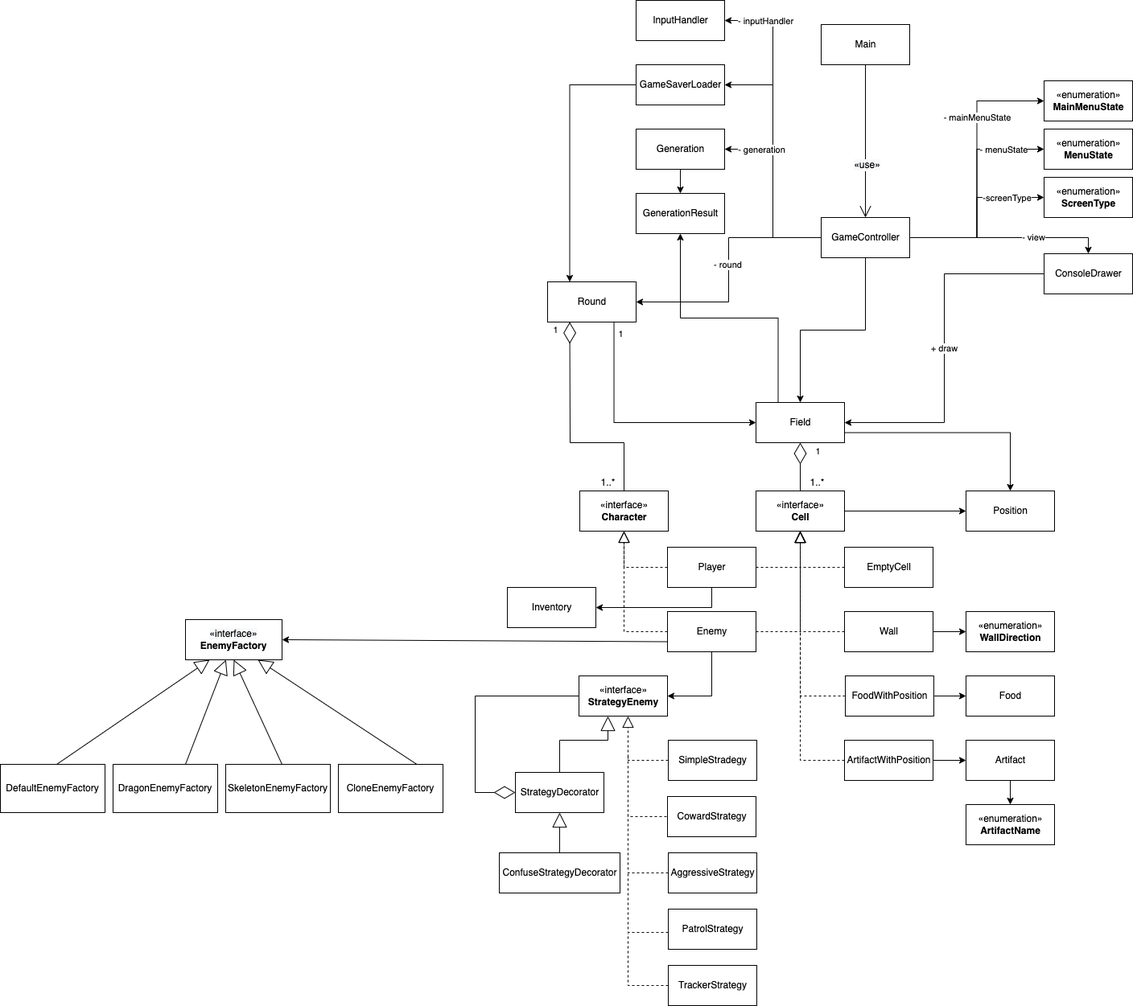
Before: img/Logic.png, a diagram exported from draw.io (MariaChizhova/HSE-SD-Roguelike). Source tidied: cells renumbered, new cells last; positions are measured from the earlier drawing's top-left corner, leaving out a move shared by most shapes.
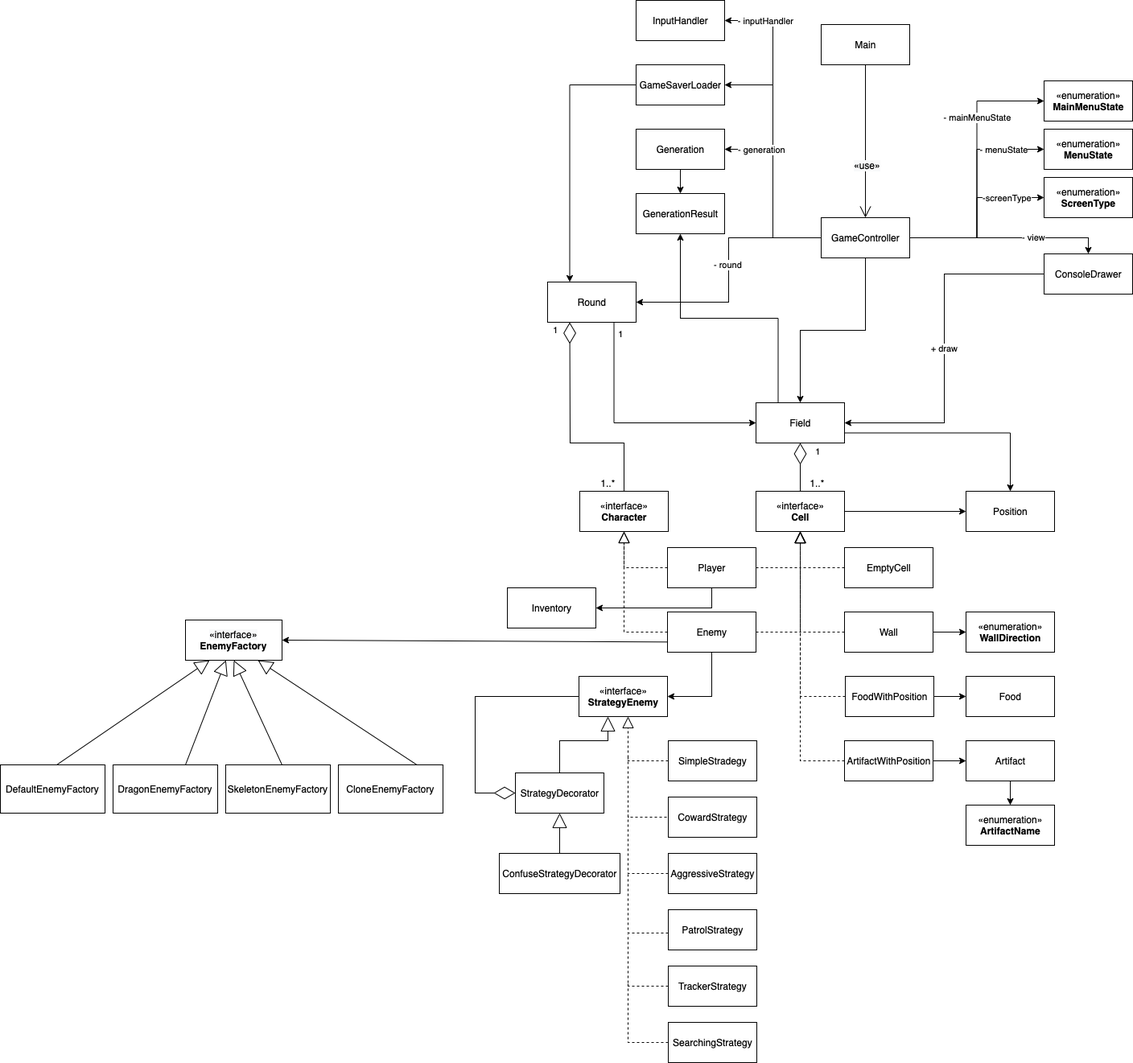
Later version of the same file.

What changed in the source:
```diff
@@ -283,7 +283,7 @@
       <mxGeometry x="630" y="730" width="110" height="50" as="geometry" />
     </mxCell>
     <mxCell id="76" value="&lt;pre style=&quot;background-color: rgb(255 , 255 , 255) ; color: rgb(8 , 8 , 8)&quot;&gt;&lt;span style=&quot;color: rgb(0 , 0 , 0)&quot;&gt;&lt;font face=&quot;Helvetica&quot;&gt;CowardStrategy&lt;/font&gt;&lt;/span&gt;&lt;/pre&gt;" style="html=1;" parent="1" vertex="1">
-      <mxGeometry x="829" y="990" width="110" height="50" as="geometry" />
+      <mxGeometry x="830" y="990" width="110" height="50" as="geometry" />
     </mxCell>
     <mxCell id="77" style="endArrow=none;dashed=1;html=1;rounded=0;entryX=0;entryY=0.5;entryDx=0;entryDy=0;" parent="1" edge="1" target="76">
       <mxGeometry relative="1" as="geometry">
@@ -399,5 +399,16 @@
         </Array>
       </mxGeometry>
     </mxCell>
+    <mxCell id="99" value="&lt;pre style=&quot;background-color: rgb(255 , 255 , 255) ; color: rgb(8 , 8 , 8)&quot;&gt;&lt;span style=&quot;color: rgb(0 , 0 , 0)&quot;&gt;&lt;font face=&quot;Helvetica&quot;&gt;SearchingStrategy&lt;/font&gt;&lt;/span&gt;&lt;/pre&gt;" style="html=1;" parent="1" vertex="1">
+      <mxGeometry x="830" y="1270" width="110" height="50" as="geometry" />
+    </mxCell>
+    <mxCell id="100" style="endArrow=none;dashed=1;html=1;rounded=0;exitX=0;exitY=0.5;exitDx=0;exitDy=0;" parent="1" edge="1" source="99">
+      <mxGeometry relative="1" as="geometry">
+        <mxPoint x="780" y="1220" as="targetPoint" />
+        <Array as="points">
+          <mxPoint x="780" y="1295" />
+        </Array>
+      </mxGeometry>
+    </mxCell>
   </root>
 </mxGraphModel>
```
